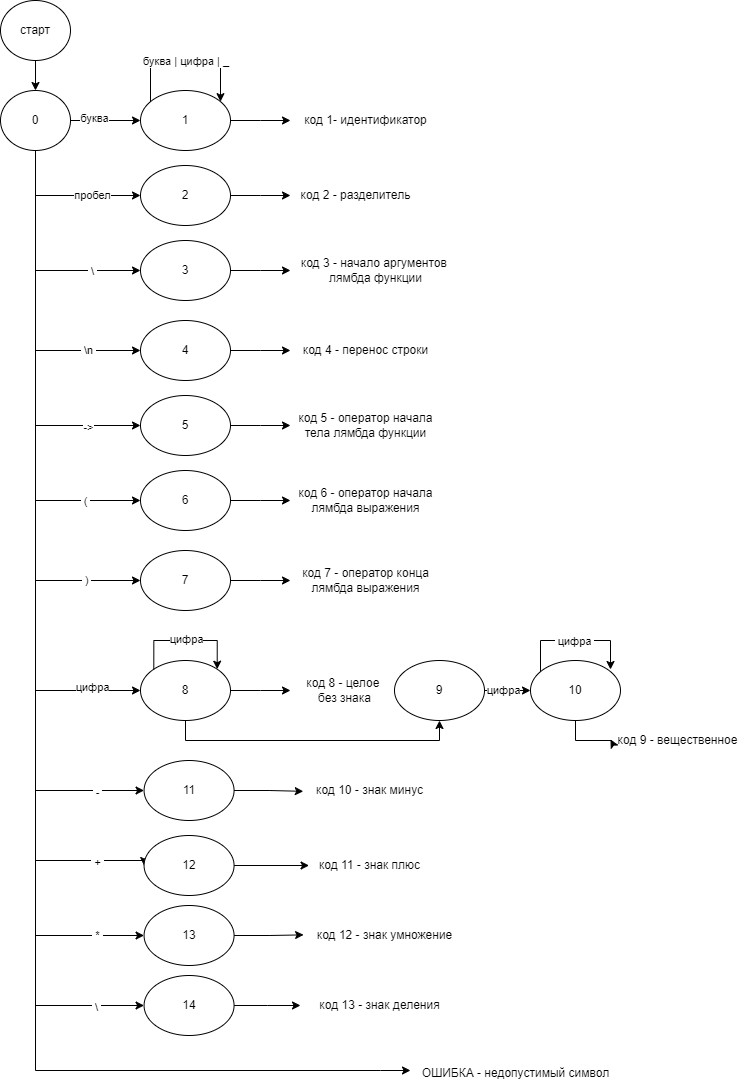
Earlier version of the draw.io export ReadMeImages/scannerDiagram.png (matteoxpo/AbstractCompiler). Source tidied: cells renumbered, new cells last; positions are measured from the earlier drawing's top-left corner, leaving out a move shared by most shapes.
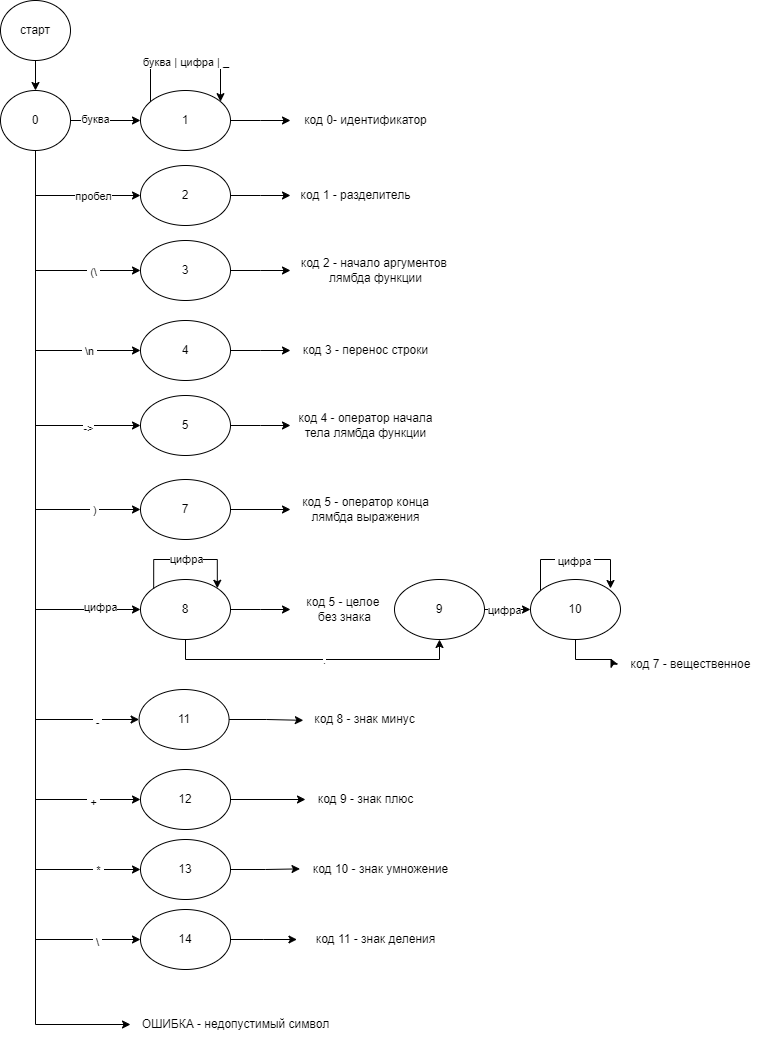
The same file after the commit.

The edit, as a diff of the source:
```diff
@@ -23,7 +23,7 @@
         </Array>
       </mxGeometry>
     </mxCell>
-    <mxCell id="7" value="&amp;nbsp;\&amp;nbsp;" style="edgeLabel;html=1;align=center;verticalAlign=middle;" parent="6" vertex="1">
+    <mxCell id="7" value="&amp;nbsp;(\&amp;nbsp;" style="edgeLabel;html=1;align=center;verticalAlign=middle;" parent="6" vertex="1">
       <mxGeometry x="0.69" y="-1" relative="1" as="geometry">
         <mxPoint x="-13" as="offset" />
       </mxGeometry>
@@ -60,20 +60,10 @@
     <mxCell id="13" value="-&amp;gt;" style="edgeLabel;html=1;align=center;verticalAlign=middle;" parent="12" vertex="1">
       <mxGeometry x="0.72" y="-2" relative="1" as="geometry" />
     </mxCell>
-    <mxCell id="14" style="edgeStyle=orthogonalEdgeStyle;rounded=0;jettySize=auto;html=1;entryX=0;entryY=0.5;entryDx=0;entryDy=0;" parent="1" edge="1" source="29" target="48">
-      <mxGeometry relative="1" as="geometry">
-        <Array as="points">
-          <mxPoint x="35" y="500" />
-        </Array>
-      </mxGeometry>
-    </mxCell>
-    <mxCell id="15" value="&amp;nbsp;(&amp;nbsp;" style="edgeLabel;html=1;align=center;verticalAlign=middle;" parent="14" vertex="1">
-      <mxGeometry x="0.76" y="-1" relative="1" as="geometry" />
-    </mxCell>
     <mxCell id="16" style="edgeStyle=orthogonalEdgeStyle;rounded=0;jettySize=auto;html=1;entryX=0;entryY=0.5;entryDx=0;entryDy=0;" parent="1" edge="1" source="29" target="51">
       <mxGeometry relative="1" as="geometry">
         <Array as="points">
-          <mxPoint x="35" y="580" />
+          <mxPoint x="35" y="509" />
         </Array>
       </mxGeometry>
     </mxCell>
@@ -85,7 +75,7 @@
     <mxCell id="18" style="edgeStyle=orthogonalEdgeStyle;rounded=0;jettySize=auto;html=1;entryX=0;entryY=0.5;entryDx=0;entryDy=0;" parent="1" edge="1" source="29" target="55">
       <mxGeometry relative="1" as="geometry">
         <Array as="points">
-          <mxPoint x="35" y="690" />
+          <mxPoint x="35" y="609" />
         </Array>
       </mxGeometry>
     </mxCell>
@@ -97,7 +87,7 @@
     <mxCell id="20" style="edgeStyle=orthogonalEdgeStyle;rounded=0;jettySize=auto;html=1;entryX=0;entryY=0.5;entryDx=0;entryDy=0;" parent="1" edge="1" source="29" target="65">
       <mxGeometry relative="1" as="geometry">
         <Array as="points">
-          <mxPoint x="35" y="790" />
+          <mxPoint x="35" y="719" />
         </Array>
       </mxGeometry>
     </mxCell>
@@ -107,8 +97,7 @@
     <mxCell id="22" style="edgeStyle=orthogonalEdgeStyle;rounded=0;jettySize=auto;html=1;entryX=0;entryY=0.5;entryDx=0;entryDy=0;" parent="1" edge="1" source="29" target="68">
       <mxGeometry relative="1" as="geometry">
         <Array as="points">
-          <mxPoint x="35" y="860" />
-          <mxPoint x="144" y="860" />
+          <mxPoint x="35" y="799" />
         </Array>
       </mxGeometry>
     </mxCell>
@@ -120,7 +109,7 @@
     <mxCell id="24" style="edgeStyle=orthogonalEdgeStyle;rounded=0;jettySize=auto;html=1;entryX=0;entryY=0.5;entryDx=0;entryDy=0;" parent="1" edge="1" source="29" target="71">
       <mxGeometry relative="1" as="geometry">
         <Array as="points">
-          <mxPoint x="35" y="935" />
+          <mxPoint x="35" y="869" />
         </Array>
       </mxGeometry>
     </mxCell>
@@ -132,19 +121,17 @@
     <mxCell id="26" style="edgeStyle=orthogonalEdgeStyle;rounded=0;jettySize=auto;html=1;entryX=0;entryY=0.5;entryDx=0;entryDy=0;" parent="1" edge="1" source="29" target="73">
       <mxGeometry relative="1" as="geometry">
         <Array as="points">
-          <mxPoint x="35" y="1005" />
+          <mxPoint x="35" y="939" />
         </Array>
       </mxGeometry>
     </mxCell>
     <mxCell id="27" value="&amp;nbsp;\&amp;nbsp;" style="edgeLabel;html=1;align=center;verticalAlign=middle;" parent="26" vertex="1">
       <mxGeometry x="0.9" y="-2" relative="1" as="geometry" />
     </mxCell>
-    <mxCell id="28" style="edgeStyle=orthogonalEdgeStyle;rounded=0;jettySize=auto;html=1;" parent="1" edge="1" source="29">
+    <mxCell id="28" style="edgeStyle=orthogonalEdgeStyle;rounded=0;jettySize=auto;html=1;entryX=0;entryY=0.5;entryDx=0;entryDy=0;entryPerimeter=0;" parent="1" edge="1" source="29" target="77">
       <mxGeometry relative="1" as="geometry">
-        <mxPoint x="410" y="1070" as="targetPoint" />
         <Array as="points">
-          <mxPoint x="35" y="1070" />
-          <mxPoint x="380" y="1070" />
+          <mxPoint x="35" y="1024" />
         </Array>
       </mxGeometry>
     </mxCell>
@@ -170,7 +157,7 @@
     <mxCell id="33" value="&amp;nbsp;буква | цифра | _" style="edgeLabel;html=1;align=center;verticalAlign=middle;" parent="32" vertex="1">
       <mxGeometry x="-0.02" y="-1" relative="1" as="geometry" />
     </mxCell>
-    <mxCell id="34" value="код 1- идентификатор" style="text;html=1;align=center;verticalAlign=middle;strokeColor=none;fillColor=none;" parent="1" vertex="1">
+    <mxCell id="34" value="код 0- идентификатор" style="text;html=1;align=center;verticalAlign=middle;strokeColor=none;fillColor=none;" parent="1" vertex="1">
       <mxGeometry x="290" y="105" width="150" height="30" as="geometry" />
     </mxCell>
     <mxCell id="35" style="edgeStyle=orthogonalEdgeStyle;rounded=0;jettySize=auto;html=1;" parent="1" edge="1" source="36">
@@ -181,7 +168,7 @@
     <mxCell id="36" value="2" style="ellipse;whiteSpace=wrap;html=1;" parent="1" vertex="1">
       <mxGeometry x="140" y="165" width="90" height="60" as="geometry" />
     </mxCell>
-    <mxCell id="37" value="код 2 - разделитель" style="text;html=1;align=center;verticalAlign=middle;strokeColor=none;fillColor=none;" parent="1" vertex="1">
+    <mxCell id="37" value="код 1 - разделитель" style="text;html=1;align=center;verticalAlign=middle;strokeColor=none;fillColor=none;" parent="1" vertex="1">
       <mxGeometry x="290" y="180" width="130" height="30" as="geometry" />
     </mxCell>
     <mxCell id="38" style="edgeStyle=orthogonalEdgeStyle;rounded=0;jettySize=auto;html=1;" parent="1" edge="1" source="39">
@@ -200,10 +187,10 @@
     <mxCell id="41" value="4" style="ellipse;whiteSpace=wrap;html=1;" parent="1" vertex="1">
       <mxGeometry x="140" y="320" width="90" height="60" as="geometry" />
     </mxCell>
-    <mxCell id="42" value="код 3 - начало аргументов&amp;nbsp;&lt;div&gt;лямбда функции&lt;/div&gt;" style="text;html=1;align=center;verticalAlign=middle;strokeColor=none;fillColor=none;" parent="1" vertex="1">
+    <mxCell id="42" value="код 2 - начало аргументов&amp;nbsp;&lt;div&gt;лямбда функции&lt;/div&gt;" style="text;html=1;align=center;verticalAlign=middle;strokeColor=none;fillColor=none;" parent="1" vertex="1">
       <mxGeometry x="290" y="250" width="170" height="40" as="geometry" />
     </mxCell>
-    <mxCell id="43" value="код 4 - перенос строки" style="text;html=1;align=center;verticalAlign=middle;strokeColor=none;fillColor=none;" parent="1" vertex="1">
+    <mxCell id="43" value="код 3 - перенос строки" style="text;html=1;align=center;verticalAlign=middle;strokeColor=none;fillColor=none;" parent="1" vertex="1">
       <mxGeometry x="290" y="335" width="150" height="30" as="geometry" />
     </mxCell>
     <mxCell id="44" style="edgeStyle=orthogonalEdgeStyle;rounded=0;jettySize=auto;html=1;" parent="1" edge="1" source="45">
@@ -214,55 +201,45 @@
     <mxCell id="45" value="5" style="ellipse;whiteSpace=wrap;html=1;" parent="1" vertex="1">
       <mxGeometry x="140" y="395" width="90" height="60" as="geometry" />
     </mxCell>
-    <mxCell id="46" value="код 5 - оператор начала&lt;div&gt;тела лямбда функции&lt;/div&gt;" style="text;html=1;align=center;verticalAlign=middle;strokeColor=none;fillColor=none;" parent="1" vertex="1">
+    <mxCell id="46" value="код 4 - оператор начала&lt;div&gt;тела лямбда функции&lt;/div&gt;" style="text;html=1;align=center;verticalAlign=middle;strokeColor=none;fillColor=none;" parent="1" vertex="1">
       <mxGeometry x="285" y="405" width="160" height="40" as="geometry" />
     </mxCell>
-    <mxCell id="47" style="edgeStyle=orthogonalEdgeStyle;rounded=0;jettySize=auto;html=1;" parent="1" edge="1" source="48">
-      <mxGeometry relative="1" as="geometry">
-        <mxPoint x="290" y="500" as="targetPoint" />
-      </mxGeometry>
-    </mxCell>
-    <mxCell id="48" value="6" style="ellipse;whiteSpace=wrap;html=1;" parent="1" vertex="1">
-      <mxGeometry x="140" y="470" width="90" height="60" as="geometry" />
-    </mxCell>
-    <mxCell id="49" value="код 6 - оператор начала&lt;div&gt;лямбда выражения&lt;/div&gt;" style="text;html=1;align=center;verticalAlign=middle;strokeColor=none;fillColor=none;" parent="1" vertex="1">
-      <mxGeometry x="285" y="480" width="160" height="40" as="geometry" />
-    </mxCell>
-    <mxCell id="50" style="edgeStyle=orthogonalEdgeStyle;rounded=0;jettySize=auto;html=1;" parent="1" edge="1" source="51">
-      <mxGeometry relative="1" as="geometry">
-        <mxPoint x="290" y="580" as="targetPoint" />
-      </mxGeometry>
+    <mxCell id="50" style="edgeStyle=orthogonalEdgeStyle;rounded=0;jettySize=auto;html=1;" parent="1" edge="1" source="51" target="52">
+      <mxGeometry relative="1" as="geometry" />
     </mxCell>
     <mxCell id="51" value="7" style="ellipse;whiteSpace=wrap;html=1;" parent="1" vertex="1">
-      <mxGeometry x="140" y="550" width="90" height="60" as="geometry" />
+      <mxGeometry x="140" y="479" width="90" height="60" as="geometry" />
     </mxCell>
-    <mxCell id="52" value="код 7 - оператор конца&lt;div&gt;лямбда выражения&lt;/div&gt;" style="text;html=1;align=center;verticalAlign=middle;points=[];strokeColor=none;fillColor=none;" parent="1" vertex="1">
-      <mxGeometry x="290" y="560" width="150" height="40" as="geometry" />
+    <mxCell id="52" value="код 5 - оператор конца&lt;div&gt;лямбда выражения&lt;/div&gt;" style="text;html=1;align=center;verticalAlign=middle;points=[];strokeColor=none;fillColor=none;" parent="1" vertex="1">
+      <mxGeometry x="290" y="489" width="150" height="40" as="geometry" />
     </mxCell>
     <mxCell id="53" style="edgeStyle=orthogonalEdgeStyle;rounded=0;jettySize=auto;html=1;" parent="1" edge="1" source="55">
       <mxGeometry relative="1" as="geometry">
-        <mxPoint x="290" y="690" as="targetPoint" />
+        <mxPoint x="290" y="609" as="targetPoint" />
       </mxGeometry>
     </mxCell>
     <mxCell id="54" style="edgeStyle=orthogonalEdgeStyle;rounded=0;jettySize=auto;html=1;entryX=0.5;entryY=1;entryDx=0;entryDy=0;" parent="1" edge="1" source="55" target="61">
       <mxGeometry relative="1" as="geometry">
         <Array as="points">
-          <mxPoint x="185" y="740" />
-          <mxPoint x="439" y="740" />
+          <mxPoint x="185" y="659" />
+          <mxPoint x="439" y="659" />
         </Array>
       </mxGeometry>
     </mxCell>
+    <mxCell id="80" value="." style="edgeLabel;html=1;align=center;verticalAlign=middle;" parent="54" vertex="1">
+      <mxGeometry x="0.07" relative="1" as="geometry" />
+    </mxCell>
     <mxCell id="55" value="8" style="ellipse;whiteSpace=wrap;html=1;" parent="1" vertex="1">
-      <mxGeometry x="140" y="660" width="90" height="60" as="geometry" />
+      <mxGeometry x="140" y="579" width="90" height="60" as="geometry" />
     </mxCell>
-    <mxCell id="56" value="код 8 - целое&amp;nbsp;&lt;div&gt;без знака&lt;/div&gt;" style="text;html=1;align=center;verticalAlign=middle;strokeColor=none;fillColor=none;" parent="1" vertex="1">
-      <mxGeometry x="294" y="670" width="100" height="40" as="geometry" />
+    <mxCell id="56" value="код 5 - целое&amp;nbsp;&lt;div&gt;без знака&lt;/div&gt;" style="text;html=1;align=center;verticalAlign=middle;strokeColor=none;fillColor=none;" parent="1" vertex="1">
+      <mxGeometry x="294" y="589" width="100" height="40" as="geometry" />
     </mxCell>
     <mxCell id="57" style="edgeStyle=orthogonalEdgeStyle;rounded=0;orthogonalLoop=1;jettySize=auto;html=1;exitX=0;exitY=0;exitDx=0;exitDy=0;entryX=1;entryY=0;entryDx=0;entryDy=0;" parent="1" edge="1" source="55" target="55">
       <mxGeometry relative="1" as="geometry">
         <Array as="points">
-          <mxPoint x="153" y="640" />
-          <mxPoint x="217" y="640" />
+          <mxPoint x="153" y="559" />
+          <mxPoint x="217" y="559" />
         </Array>
       </mxGeometry>
     </mxCell>
@@ -280,65 +257,65 @@
       </mxGeometry>
     </mxCell>
     <mxCell id="61" value="9" style="ellipse;whiteSpace=wrap;html=1;" parent="1" vertex="1">
-      <mxGeometry x="394" y="660" width="90" height="60" as="geometry" />
+      <mxGeometry x="394" y="579" width="90" height="60" as="geometry" />
     </mxCell>
     <mxCell id="62" style="edgeStyle=orthogonalEdgeStyle;rounded=0;jettySize=auto;html=1;" parent="1" edge="1" source="63">
       <mxGeometry relative="1" as="geometry">
-        <mxPoint x="610" y="739" as="targetPoint" />
+        <mxPoint x="610" y="658" as="targetPoint" />
       </mxGeometry>
     </mxCell>
     <mxCell id="63" value="10" style="ellipse;whiteSpace=wrap;html=1;" parent="1" vertex="1">
-      <mxGeometry x="530" y="660" width="90" height="60" as="geometry" />
+      <mxGeometry x="530" y="579" width="90" height="60" as="geometry" />
     </mxCell>
-    <mxCell id="64" value="код 9 - вещественное" style="text;html=1;align=center;verticalAlign=middle;strokeColor=none;fillColor=none;" parent="1" vertex="1">
-      <mxGeometry x="607" y="725" width="140" height="30" as="geometry" />
+    <mxCell id="64" value="код 7 - вещественное" style="text;html=1;align=center;verticalAlign=middle;strokeColor=none;fillColor=none;" parent="1" vertex="1">
+      <mxGeometry x="620" y="649" width="140" height="30" as="geometry" />
     </mxCell>
     <mxCell id="65" value="11" style="ellipse;whiteSpace=wrap;html=1;" parent="1" vertex="1">
-      <mxGeometry x="143.6" y="760" width="90" height="60" as="geometry" />
+      <mxGeometry x="138.6" y="689" width="90" height="60" as="geometry" />
     </mxCell>
-    <mxCell id="66" value="код 10 - знак минус" style="text;html=1;align=center;verticalAlign=middle;points=[];strokeColor=none;fillColor=none;" parent="1" vertex="1">
-      <mxGeometry x="303.6" y="775" width="130" height="30" as="geometry" />
+    <mxCell id="66" value="код 8 - знак минус" style="text;html=1;align=center;verticalAlign=middle;points=[];strokeColor=none;fillColor=none;" parent="1" vertex="1">
+      <mxGeometry x="303.6" y="704" width="120" height="30" as="geometry" />
     </mxCell>
     <mxCell id="67" style="edgeStyle=orthogonalEdgeStyle;rounded=0;jettySize=auto;html=1;" parent="1" edge="1" source="68" target="70">
       <mxGeometry relative="1" as="geometry" />
     </mxCell>
     <mxCell id="68" value="12" style="ellipse;whiteSpace=wrap;html=1;" parent="1" vertex="1">
-      <mxGeometry x="143.6" y="835" width="90" height="60" as="geometry" />
+      <mxGeometry x="140" y="769" width="90" height="60" as="geometry" />
     </mxCell>
     <mxCell id="69" style="edgeStyle=orthogonalEdgeStyle;rounded=0;jettySize=auto;html=1;entryX=-0.006;entryY=0.528;entryDx=0;entryDy=0;entryPerimeter=0;" parent="1" edge="1" source="65" target="66">
       <mxGeometry relative="1" as="geometry" />
     </mxCell>
-    <mxCell id="70" value="код 11 - знак плюс" style="text;html=1;align=center;verticalAlign=middle;points=[];strokeColor=none;fillColor=none;" parent="1" vertex="1">
-      <mxGeometry x="308.6" y="850" width="120" height="30" as="geometry" />
+    <mxCell id="70" value="код 9 - знак плюс" style="text;html=1;align=center;verticalAlign=middle;points=[];strokeColor=none;fillColor=none;" parent="1" vertex="1">
+      <mxGeometry x="305" y="784" width="120" height="30" as="geometry" />
     </mxCell>
     <mxCell id="71" value="13" style="ellipse;whiteSpace=wrap;html=1;" parent="1" vertex="1">
-      <mxGeometry x="143.6" y="905" width="90" height="60" as="geometry" />
+      <mxGeometry x="140" y="839" width="90" height="60" as="geometry" />
     </mxCell>
     <mxCell id="72" style="edgeStyle=orthogonalEdgeStyle;rounded=0;jettySize=auto;html=1;" parent="1" edge="1" source="73">
       <mxGeometry relative="1" as="geometry">
-        <mxPoint x="300" y="1005" as="targetPoint" />
+        <mxPoint x="296.4" y="939" as="targetPoint" />
       </mxGeometry>
     </mxCell>
     <mxCell id="73" value="14" style="ellipse;whiteSpace=wrap;html=1;" parent="1" vertex="1">
-      <mxGeometry x="143.6" y="975" width="90" height="60" as="geometry" />
+      <mxGeometry x="140" y="909" width="90" height="60" as="geometry" />
     </mxCell>
-    <mxCell id="74" value="код 12 - знак умножение" style="text;html=1;align=center;verticalAlign=middle;points=[];strokeColor=none;fillColor=none;" parent="1" vertex="1">
-      <mxGeometry x="303.6" y="920" width="160" height="30" as="geometry" />
+    <mxCell id="74" value="код 10 - знак умножение" style="text;html=1;align=center;verticalAlign=middle;points=[];strokeColor=none;fillColor=none;" parent="1" vertex="1">
+      <mxGeometry x="300" y="854" width="160" height="30" as="geometry" />
     </mxCell>
     <mxCell id="75" style="edgeStyle=orthogonalEdgeStyle;rounded=0;jettySize=auto;html=1;entryX=-0.003;entryY=0.479;entryDx=0;entryDy=0;entryPerimeter=0;" parent="1" edge="1" source="71" target="74">
       <mxGeometry relative="1" as="geometry" />
     </mxCell>
-    <mxCell id="76" value="код 13 - знак деления" style="text;html=1;align=center;verticalAlign=middle;strokeColor=none;fillColor=none;" parent="1" vertex="1">
-      <mxGeometry x="308.6" y="990" width="140" height="30" as="geometry" />
+    <mxCell id="76" value="код 11 - знак деления" style="text;html=1;align=center;verticalAlign=middle;strokeColor=none;fillColor=none;" parent="1" vertex="1">
+      <mxGeometry x="305" y="924" width="140" height="30" as="geometry" />
     </mxCell>
     <mxCell id="77" value="ОШИБКА - недопустимый символ" style="text;html=1;align=center;verticalAlign=middle;points=[];strokeColor=none;fillColor=none;" parent="1" vertex="1">
-      <mxGeometry x="410" y="1058" width="210" height="30" as="geometry" />
+      <mxGeometry x="130" y="1009" width="210" height="30" as="geometry" />
     </mxCell>
     <mxCell id="78" style="edgeStyle=orthogonalEdgeStyle;rounded=0;orthogonalLoop=1;jettySize=auto;html=1;entryX=0.889;entryY=0.15;entryDx=0;entryDy=0;entryPerimeter=0;" parent="1" edge="1" source="63" target="63">
       <mxGeometry relative="1" as="geometry">
         <Array as="points">
-          <mxPoint x="540" y="640" />
-          <mxPoint x="610" y="640" />
+          <mxPoint x="540" y="559" />
+          <mxPoint x="610" y="559" />
         </Array>
       </mxGeometry>
     </mxCell>
```
